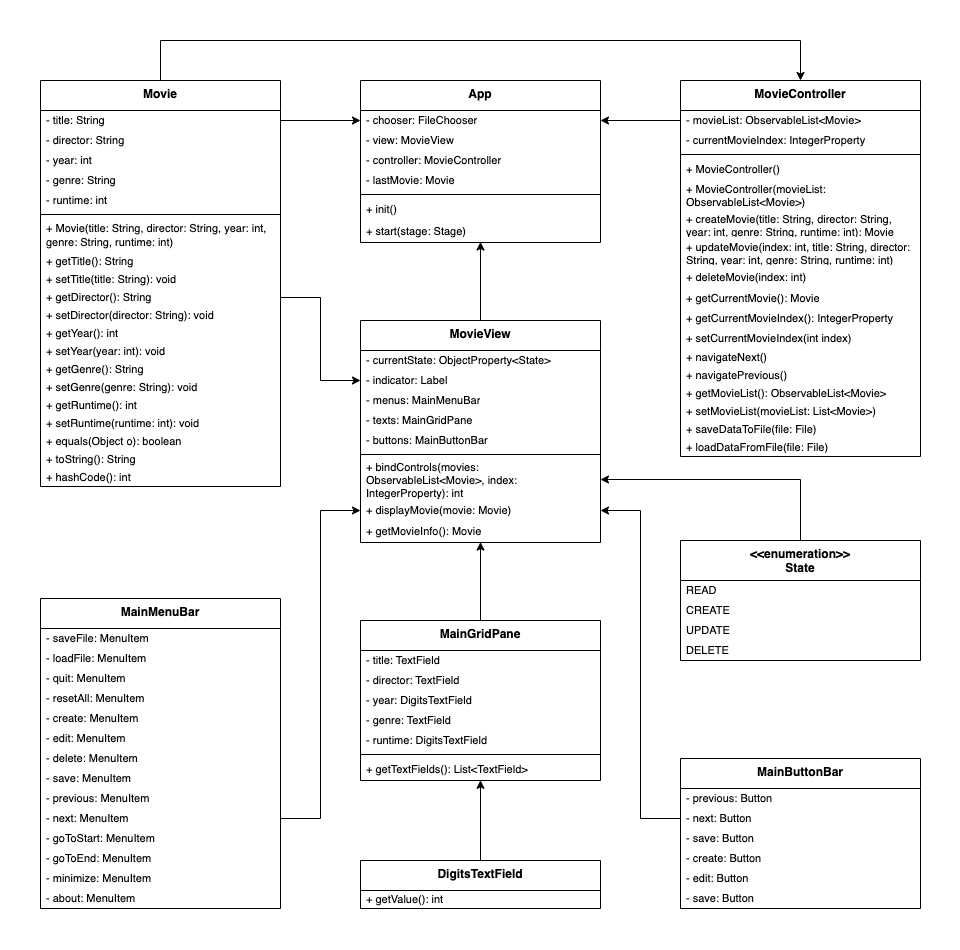
Before: assignments/proj1/diagram1.png, a diagram exported from draw.io (hanggrian/IIT-ITM510). Source tidied: cells renumbered, new cells last; positions are measured from the earlier drawing's top-left corner, leaving out a move shared by most shapes.
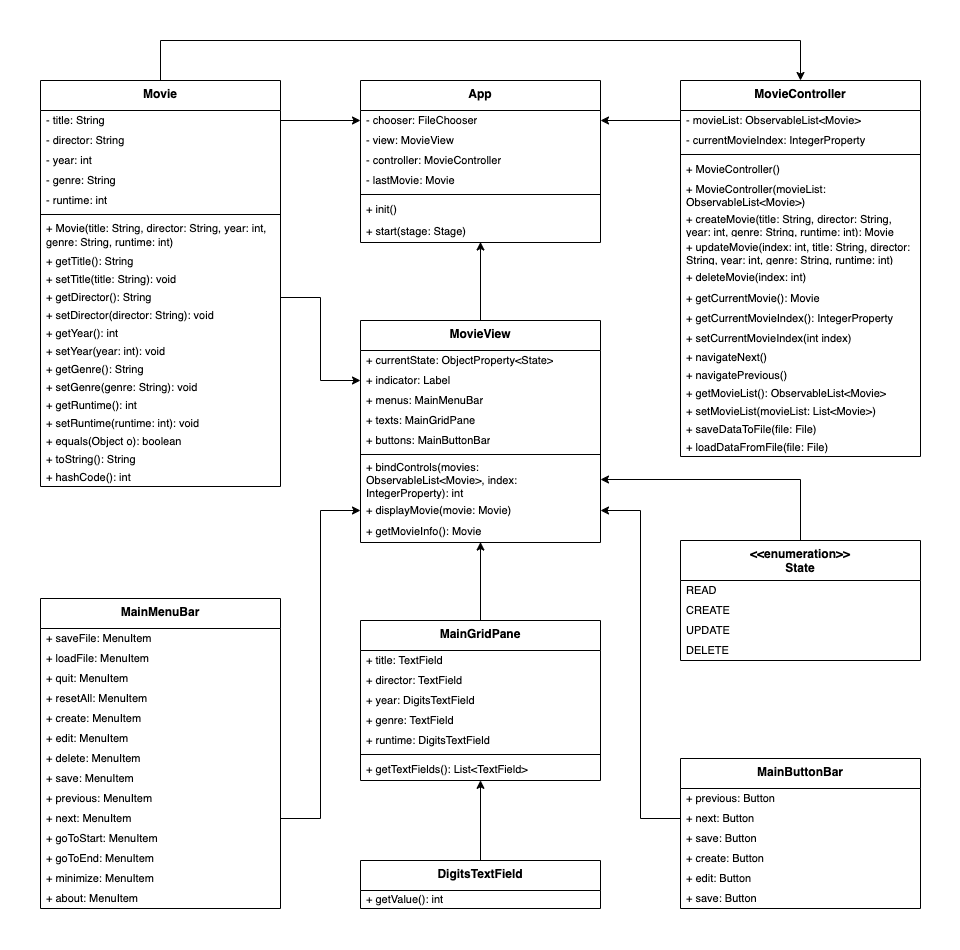
After the commit.

Commit message:
Fix public property - to +

What changed in the source:
```diff
@@ -136,19 +136,19 @@
     <mxCell id="44" value="MovieView" style="swimlane;fontStyle=1;align=center;verticalAlign=top;horizontal=1;startSize=30;whiteSpace=wrap;html=1;" parent="1" vertex="1">
       <mxGeometry x="320" y="280" width="240" height="222" as="geometry" />
     </mxCell>
-    <mxCell id="45" value="- currentState: ObjectProperty&amp;lt;State&amp;gt;" style="text;strokeColor=none;fillColor=none;align=left;verticalAlign=middle;spacingLeft=4;spacingRight=4;overflow=hidden;whiteSpace=wrap;html=1;fontSize=11;" parent="44" vertex="1">
+    <mxCell id="45" value="+ currentState: ObjectProperty&amp;lt;State&amp;gt;" style="text;strokeColor=none;fillColor=none;align=left;verticalAlign=middle;spacingLeft=4;spacingRight=4;overflow=hidden;whiteSpace=wrap;html=1;fontSize=11;" parent="44" vertex="1">
       <mxGeometry y="30" width="240" height="20" as="geometry" />
     </mxCell>
-    <mxCell id="46" value="- indicator: Label" style="text;strokeColor=none;fillColor=none;align=left;verticalAlign=middle;spacingLeft=4;spacingRight=4;overflow=hidden;points=[[0,0.5],[1,0.5]];portConstraint=eastwest;whiteSpace=wrap;html=1;fontSize=11;" parent="44" vertex="1">
+    <mxCell id="46" value="+ indicator: Label" style="text;strokeColor=none;fillColor=none;align=left;verticalAlign=middle;spacingLeft=4;spacingRight=4;overflow=hidden;points=[[0,0.5],[1,0.5]];portConstraint=eastwest;whiteSpace=wrap;html=1;fontSize=11;" parent="44" vertex="1">
       <mxGeometry y="50" width="240" height="20" as="geometry" />
     </mxCell>
-    <mxCell id="47" value="- menus: MainMenuBar" style="text;strokeColor=none;fillColor=none;align=left;verticalAlign=middle;spacingLeft=4;spacingRight=4;overflow=hidden;whiteSpace=wrap;html=1;fontSize=11;" parent="44" vertex="1">
+    <mxCell id="47" value="+ menus: MainMenuBar" style="text;strokeColor=none;fillColor=none;align=left;verticalAlign=middle;spacingLeft=4;spacingRight=4;overflow=hidden;whiteSpace=wrap;html=1;fontSize=11;" parent="44" vertex="1">
       <mxGeometry y="70" width="240" height="20" as="geometry" />
     </mxCell>
-    <mxCell id="48" value="- texts: MainGridPane" style="text;strokeColor=none;fillColor=none;align=left;verticalAlign=middle;spacingLeft=4;spacingRight=4;overflow=hidden;whiteSpace=wrap;html=1;fontSize=11;" parent="44" vertex="1">
+    <mxCell id="48" value="+ texts: MainGridPane" style="text;strokeColor=none;fillColor=none;align=left;verticalAlign=middle;spacingLeft=4;spacingRight=4;overflow=hidden;whiteSpace=wrap;html=1;fontSize=11;" parent="44" vertex="1">
       <mxGeometry y="90" width="240" height="20" as="geometry" />
     </mxCell>
-    <mxCell id="49" value="- buttons: MainButtonBar" style="text;strokeColor=none;fillColor=none;align=left;verticalAlign=middle;spacingLeft=4;spacingRight=4;overflow=hidden;whiteSpace=wrap;html=1;fontSize=11;" parent="44" vertex="1">
+    <mxCell id="49" value="+ buttons: MainButtonBar" style="text;strokeColor=none;fillColor=none;align=left;verticalAlign=middle;spacingLeft=4;spacingRight=4;overflow=hidden;whiteSpace=wrap;html=1;fontSize=11;" parent="44" vertex="1">
       <mxGeometry y="110" width="240" height="20" as="geometry" />
     </mxCell>
     <mxCell id="50" style="line;strokeWidth=1;fillColor=none;align=left;verticalAlign=middle;spacingTop=-1;spacingLeft=3;spacingRight=3;labelPosition=right;strokeColor=inherit;" parent="44" vertex="1">
@@ -166,40 +166,40 @@
     <mxCell id="54" value="MainButtonBar" style="swimlane;fontStyle=1;align=center;verticalAlign=top;horizontal=1;startSize=30;whiteSpace=wrap;html=1;" parent="1" vertex="1">
       <mxGeometry x="640" y="718" width="240" height="150" as="geometry" />
     </mxCell>
-    <mxCell id="55" value="- previous: Button" style="text;strokeColor=none;fillColor=none;align=left;verticalAlign=middle;spacingLeft=4;spacingRight=4;overflow=hidden;whiteSpace=wrap;html=1;fontSize=11;" parent="54" vertex="1">
+    <mxCell id="55" value="+ previous: Button" style="text;strokeColor=none;fillColor=none;align=left;verticalAlign=middle;spacingLeft=4;spacingRight=4;overflow=hidden;whiteSpace=wrap;html=1;fontSize=11;" parent="54" vertex="1">
       <mxGeometry y="30" width="240" height="20" as="geometry" />
     </mxCell>
-    <mxCell id="56" value="- next: Button" style="text;strokeColor=none;fillColor=none;align=left;verticalAlign=middle;spacingLeft=4;spacingRight=4;overflow=hidden;points=[[0,0.5],[1,0.5]];portConstraint=eastwest;whiteSpace=wrap;html=1;fontSize=11;" parent="54" vertex="1">
+    <mxCell id="56" value="+ next: Button" style="text;strokeColor=none;fillColor=none;align=left;verticalAlign=middle;spacingLeft=4;spacingRight=4;overflow=hidden;points=[[0,0.5],[1,0.5]];portConstraint=eastwest;whiteSpace=wrap;html=1;fontSize=11;" parent="54" vertex="1">
       <mxGeometry y="50" width="240" height="20" as="geometry" />
     </mxCell>
-    <mxCell id="57" value="- save: Button" style="text;strokeColor=none;fillColor=none;align=left;verticalAlign=middle;spacingLeft=4;spacingRight=4;overflow=hidden;whiteSpace=wrap;html=1;fontSize=11;" parent="54" vertex="1">
+    <mxCell id="57" value="+ save: Button" style="text;strokeColor=none;fillColor=none;align=left;verticalAlign=middle;spacingLeft=4;spacingRight=4;overflow=hidden;whiteSpace=wrap;html=1;fontSize=11;" parent="54" vertex="1">
       <mxGeometry y="70" width="240" height="20" as="geometry" />
     </mxCell>
-    <mxCell id="58" value="- create: Button" style="text;strokeColor=none;fillColor=none;align=left;verticalAlign=middle;spacingLeft=4;spacingRight=4;overflow=hidden;whiteSpace=wrap;html=1;fontSize=11;" parent="54" vertex="1">
+    <mxCell id="58" value="+ create: Button" style="text;strokeColor=none;fillColor=none;align=left;verticalAlign=middle;spacingLeft=4;spacingRight=4;overflow=hidden;whiteSpace=wrap;html=1;fontSize=11;" parent="54" vertex="1">
       <mxGeometry y="90" width="240" height="20" as="geometry" />
     </mxCell>
-    <mxCell id="59" value="- edit: Button" style="text;strokeColor=none;fillColor=none;align=left;verticalAlign=middle;spacingLeft=4;spacingRight=4;overflow=hidden;whiteSpace=wrap;html=1;fontSize=11;" parent="54" vertex="1">
+    <mxCell id="59" value="+ edit: Button" style="text;strokeColor=none;fillColor=none;align=left;verticalAlign=middle;spacingLeft=4;spacingRight=4;overflow=hidden;whiteSpace=wrap;html=1;fontSize=11;" parent="54" vertex="1">
       <mxGeometry y="110" width="240" height="20" as="geometry" />
     </mxCell>
-    <mxCell id="60" value="- save: Button" style="text;strokeColor=none;fillColor=none;align=left;verticalAlign=middle;spacingLeft=4;spacingRight=4;overflow=hidden;whiteSpace=wrap;html=1;fontSize=11;" parent="54" vertex="1">
+    <mxCell id="60" value="+ save: Button" style="text;strokeColor=none;fillColor=none;align=left;verticalAlign=middle;spacingLeft=4;spacingRight=4;overflow=hidden;whiteSpace=wrap;html=1;fontSize=11;" parent="54" vertex="1">
       <mxGeometry y="130" width="240" height="20" as="geometry" />
     </mxCell>
     <mxCell id="61" value="MainGridPane" style="swimlane;fontStyle=1;align=center;verticalAlign=top;horizontal=1;startSize=30;whiteSpace=wrap;html=1;" parent="1" vertex="1">
       <mxGeometry x="320" y="580" width="240" height="160" as="geometry" />
     </mxCell>
-    <mxCell id="62" value="- title: TextField" style="text;strokeColor=none;fillColor=none;align=left;verticalAlign=middle;spacingLeft=4;spacingRight=4;overflow=hidden;whiteSpace=wrap;html=1;fontSize=11;" parent="61" vertex="1">
+    <mxCell id="62" value="+ title: TextField" style="text;strokeColor=none;fillColor=none;align=left;verticalAlign=middle;spacingLeft=4;spacingRight=4;overflow=hidden;whiteSpace=wrap;html=1;fontSize=11;" parent="61" vertex="1">
       <mxGeometry y="30" width="240" height="20" as="geometry" />
     </mxCell>
-    <mxCell id="63" value="- director: TextField" style="text;strokeColor=none;fillColor=none;align=left;verticalAlign=middle;spacingLeft=4;spacingRight=4;overflow=hidden;whiteSpace=wrap;html=1;fontSize=11;" parent="61" vertex="1">
+    <mxCell id="63" value="+ director: TextField" style="text;strokeColor=none;fillColor=none;align=left;verticalAlign=middle;spacingLeft=4;spacingRight=4;overflow=hidden;whiteSpace=wrap;html=1;fontSize=11;" parent="61" vertex="1">
       <mxGeometry y="50" width="240" height="20" as="geometry" />
     </mxCell>
-    <mxCell id="64" value="- year: DigitsTextField" style="text;strokeColor=none;fillColor=none;align=left;verticalAlign=middle;spacingLeft=4;spacingRight=4;overflow=hidden;whiteSpace=wrap;html=1;fontSize=11;" parent="61" vertex="1">
+    <mxCell id="64" value="+ year: DigitsTextField" style="text;strokeColor=none;fillColor=none;align=left;verticalAlign=middle;spacingLeft=4;spacingRight=4;overflow=hidden;whiteSpace=wrap;html=1;fontSize=11;" parent="61" vertex="1">
       <mxGeometry y="70" width="240" height="20" as="geometry" />
     </mxCell>
-    <mxCell id="65" value="- genre: TextField" style="text;strokeColor=none;fillColor=none;align=left;verticalAlign=middle;spacingLeft=4;spacingRight=4;overflow=hidden;whiteSpace=wrap;html=1;fontSize=11;" parent="61" vertex="1">
+    <mxCell id="65" value="+ genre: TextField" style="text;strokeColor=none;fillColor=none;align=left;verticalAlign=middle;spacingLeft=4;spacingRight=4;overflow=hidden;whiteSpace=wrap;html=1;fontSize=11;" parent="61" vertex="1">
       <mxGeometry y="90" width="240" height="20" as="geometry" />
     </mxCell>
-    <mxCell id="66" value="- runtime: DigitsTextField" style="text;strokeColor=none;fillColor=none;align=left;verticalAlign=middle;spacingLeft=4;spacingRight=4;overflow=hidden;whiteSpace=wrap;html=1;fontSize=11;" parent="61" vertex="1">
+    <mxCell id="66" value="+ runtime: DigitsTextField" style="text;strokeColor=none;fillColor=none;align=left;verticalAlign=middle;spacingLeft=4;spacingRight=4;overflow=hidden;whiteSpace=wrap;html=1;fontSize=11;" parent="61" vertex="1">
       <mxGeometry y="110" width="240" height="20" as="geometry" />
     </mxCell>
     <mxCell id="67" style="line;strokeWidth=1;fillColor=none;align=left;verticalAlign=middle;spacingTop=-1;spacingLeft=3;spacingRight=3;labelPosition=right;strokeColor=inherit;" parent="61" vertex="1">
@@ -211,46 +211,46 @@
     <mxCell id="69" value="MainMenuBar" style="swimlane;fontStyle=1;align=center;verticalAlign=top;horizontal=1;startSize=30;whiteSpace=wrap;html=1;" parent="1" vertex="1">
       <mxGeometry y="558" width="240" height="310" as="geometry" />
     </mxCell>
-    <mxCell id="70" value="- saveFile: MenuItem" style="text;strokeColor=none;fillColor=none;align=left;verticalAlign=middle;spacingLeft=4;spacingRight=4;overflow=hidden;whiteSpace=wrap;html=1;fontSize=11;" parent="69" vertex="1">
+    <mxCell id="70" value="+ saveFile: MenuItem" style="text;strokeColor=none;fillColor=none;align=left;verticalAlign=middle;spacingLeft=4;spacingRight=4;overflow=hidden;whiteSpace=wrap;html=1;fontSize=11;" parent="69" vertex="1">
       <mxGeometry y="30" width="240" height="20" as="geometry" />
     </mxCell>
-    <mxCell id="71" value="- loadFile: MenuItem" style="text;strokeColor=none;fillColor=none;align=left;verticalAlign=middle;spacingLeft=4;spacingRight=4;overflow=hidden;whiteSpace=wrap;html=1;fontSize=11;" parent="69" vertex="1">
+    <mxCell id="71" value="+ loadFile: MenuItem" style="text;strokeColor=none;fillColor=none;align=left;verticalAlign=middle;spacingLeft=4;spacingRight=4;overflow=hidden;whiteSpace=wrap;html=1;fontSize=11;" parent="69" vertex="1">
       <mxGeometry y="50" width="240" height="20" as="geometry" />
     </mxCell>
-    <mxCell id="72" value="- quit: MenuItem" style="text;strokeColor=none;fillColor=none;align=left;verticalAlign=middle;spacingLeft=4;spacingRight=4;overflow=hidden;whiteSpace=wrap;html=1;fontSize=11;" parent="69" vertex="1">
+    <mxCell id="72" value="+ quit: MenuItem" style="text;strokeColor=none;fillColor=none;align=left;verticalAlign=middle;spacingLeft=4;spacingRight=4;overflow=hidden;whiteSpace=wrap;html=1;fontSize=11;" parent="69" vertex="1">
       <mxGeometry y="70" width="240" height="20" as="geometry" />
     </mxCell>
-    <mxCell id="73" value="- resetAll: MenuItem" style="text;strokeColor=none;fillColor=none;align=left;verticalAlign=middle;spacingLeft=4;spacingRight=4;overflow=hidden;whiteSpace=wrap;html=1;fontSize=11;" parent="69" vertex="1">
+    <mxCell id="73" value="+ resetAll: MenuItem" style="text;strokeColor=none;fillColor=none;align=left;verticalAlign=middle;spacingLeft=4;spacingRight=4;overflow=hidden;whiteSpace=wrap;html=1;fontSize=11;" parent="69" vertex="1">
       <mxGeometry y="90" width="240" height="20" as="geometry" />
     </mxCell>
-    <mxCell id="74" value="- create: MenuItem" style="text;strokeColor=none;fillColor=none;align=left;verticalAlign=middle;spacingLeft=4;spacingRight=4;overflow=hidden;whiteSpace=wrap;html=1;fontSize=11;" parent="69" vertex="1">
+    <mxCell id="74" value="+ create: MenuItem" style="text;strokeColor=none;fillColor=none;align=left;verticalAlign=middle;spacingLeft=4;spacingRight=4;overflow=hidden;whiteSpace=wrap;html=1;fontSize=11;" parent="69" vertex="1">
       <mxGeometry y="110" width="240" height="20" as="geometry" />
     </mxCell>
-    <mxCell id="75" value="- edit: MenuItem" style="text;strokeColor=none;fillColor=none;align=left;verticalAlign=middle;spacingLeft=4;spacingRight=4;overflow=hidden;whiteSpace=wrap;html=1;fontSize=11;" parent="69" vertex="1">
+    <mxCell id="75" value="+ edit: MenuItem" style="text;strokeColor=none;fillColor=none;align=left;verticalAlign=middle;spacingLeft=4;spacingRight=4;overflow=hidden;whiteSpace=wrap;html=1;fontSize=11;" parent="69" vertex="1">
       <mxGeometry y="130" width="240" height="20" as="geometry" />
     </mxCell>
-    <mxCell id="76" value="- delete: MenuItem" style="text;strokeColor=none;fillColor=none;align=left;verticalAlign=middle;spacingLeft=4;spacingRight=4;overflow=hidden;whiteSpace=wrap;html=1;fontSize=11;" parent="69" vertex="1">
+    <mxCell id="76" value="+ delete: MenuItem" style="text;strokeColor=none;fillColor=none;align=left;verticalAlign=middle;spacingLeft=4;spacingRight=4;overflow=hidden;whiteSpace=wrap;html=1;fontSize=11;" parent="69" vertex="1">
       <mxGeometry y="150" width="240" height="20" as="geometry" />
     </mxCell>
-    <mxCell id="77" value="- save: MenuItem" style="text;strokeColor=none;fillColor=none;align=left;verticalAlign=middle;spacingLeft=4;spacingRight=4;overflow=hidden;whiteSpace=wrap;html=1;fontSize=11;" parent="69" vertex="1">
+    <mxCell id="77" value="+ save: MenuItem" style="text;strokeColor=none;fillColor=none;align=left;verticalAlign=middle;spacingLeft=4;spacingRight=4;overflow=hidden;whiteSpace=wrap;html=1;fontSize=11;" parent="69" vertex="1">
       <mxGeometry y="170" width="240" height="20" as="geometry" />
     </mxCell>
-    <mxCell id="78" value="- previous: MenuItem" style="text;strokeColor=none;fillColor=none;align=left;verticalAlign=middle;spacingLeft=4;spacingRight=4;overflow=hidden;whiteSpace=wrap;html=1;fontSize=11;" parent="69" vertex="1">
+    <mxCell id="78" value="+ previous: MenuItem" style="text;strokeColor=none;fillColor=none;align=left;verticalAlign=middle;spacingLeft=4;spacingRight=4;overflow=hidden;whiteSpace=wrap;html=1;fontSize=11;" parent="69" vertex="1">
       <mxGeometry y="190" width="240" height="20" as="geometry" />
     </mxCell>
-    <mxCell id="79" value="- next: MenuItem" style="text;strokeColor=none;fillColor=none;align=left;verticalAlign=middle;spacingLeft=4;spacingRight=4;overflow=hidden;points=[[0,0.5],[1,0.5]];portConstraint=eastwest;whiteSpace=wrap;html=1;fontSize=11;" parent="69" vertex="1">
+    <mxCell id="79" value="+ next: MenuItem" style="text;strokeColor=none;fillColor=none;align=left;verticalAlign=middle;spacingLeft=4;spacingRight=4;overflow=hidden;points=[[0,0.5],[1,0.5]];portConstraint=eastwest;whiteSpace=wrap;html=1;fontSize=11;" parent="69" vertex="1">
       <mxGeometry y="210" width="240" height="20" as="geometry" />
     </mxCell>
-    <mxCell id="80" value="- goToStart: MenuItem" style="text;strokeColor=none;fillColor=none;align=left;verticalAlign=middle;spacingLeft=4;spacingRight=4;overflow=hidden;whiteSpace=wrap;html=1;fontSize=11;" parent="69" vertex="1">
+    <mxCell id="80" value="+ goToStart: MenuItem" style="text;strokeColor=none;fillColor=none;align=left;verticalAlign=middle;spacingLeft=4;spacingRight=4;overflow=hidden;whiteSpace=wrap;html=1;fontSize=11;" parent="69" vertex="1">
       <mxGeometry y="230" width="240" height="20" as="geometry" />
     </mxCell>
-    <mxCell id="81" value="- goToEnd: MenuItem" style="text;strokeColor=none;fillColor=none;align=left;verticalAlign=middle;spacingLeft=4;spacingRight=4;overflow=hidden;whiteSpace=wrap;html=1;fontSize=11;" parent="69" vertex="1">
+    <mxCell id="81" value="+ goToEnd: MenuItem" style="text;strokeColor=none;fillColor=none;align=left;verticalAlign=middle;spacingLeft=4;spacingRight=4;overflow=hidden;whiteSpace=wrap;html=1;fontSize=11;" parent="69" vertex="1">
       <mxGeometry y="250" width="240" height="20" as="geometry" />
     </mxCell>
-    <mxCell id="82" value="- minimize: MenuItem" style="text;strokeColor=none;fillColor=none;align=left;verticalAlign=middle;spacingLeft=4;spacingRight=4;overflow=hidden;whiteSpace=wrap;html=1;fontSize=11;" parent="69" vertex="1">
+    <mxCell id="82" value="+ minimize: MenuItem" style="text;strokeColor=none;fillColor=none;align=left;verticalAlign=middle;spacingLeft=4;spacingRight=4;overflow=hidden;whiteSpace=wrap;html=1;fontSize=11;" parent="69" vertex="1">
       <mxGeometry y="270" width="240" height="20" as="geometry" />
     </mxCell>
-    <mxCell id="83" value="- about: MenuItem" style="text;strokeColor=none;fillColor=none;align=left;verticalAlign=middle;spacingLeft=4;spacingRight=4;overflow=hidden;whiteSpace=wrap;html=1;fontSize=11;" parent="69" vertex="1">
+    <mxCell id="83" value="+ about: MenuItem" style="text;strokeColor=none;fillColor=none;align=left;verticalAlign=middle;spacingLeft=4;spacingRight=4;overflow=hidden;whiteSpace=wrap;html=1;fontSize=11;" parent="69" vertex="1">
       <mxGeometry y="290" width="240" height="20" as="geometry" />
     </mxCell>
     <mxCell id="84" value="App" style="swimlane;fontStyle=1;align=center;verticalAlign=top;horizontal=1;startSize=30;whiteSpace=wrap;html=1;" parent="1" vertex="1">
```
